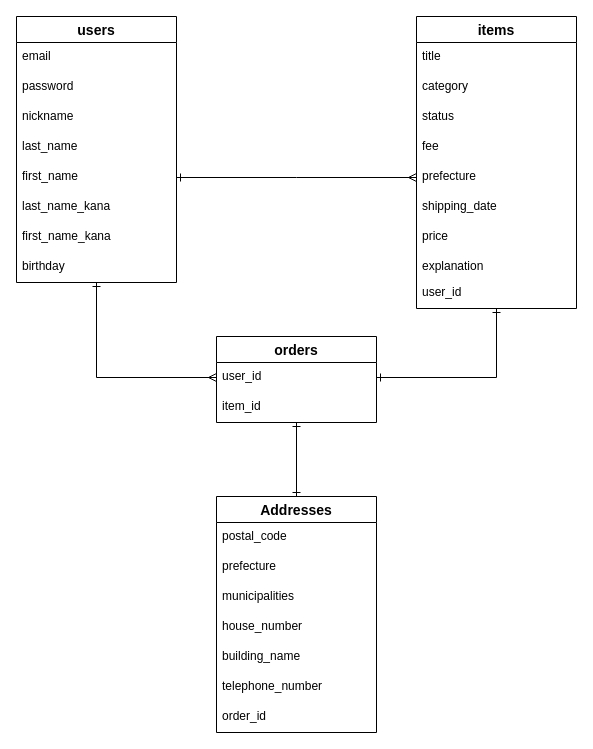
This is ER.dio from soetakara/furima-36189, a draw.io file, before an edit. Source tidied: cells renumbered, new cells numbered last; positions are measured from the earlier drawing's top-left corner, leaving out a move shared by most shapes. Both pictures are drawn from the tidied source at 100%, with x=0, y=0 at pixel (16, 16).
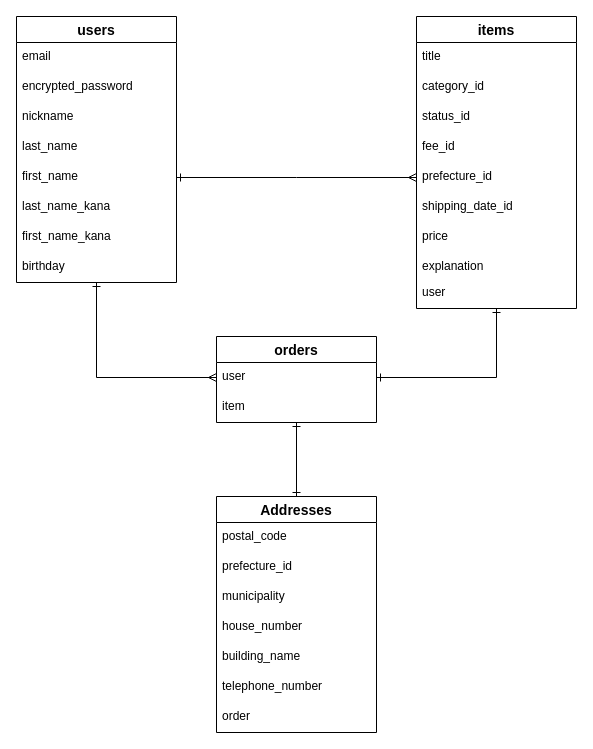
The same diagram, later.

Unchanged cells that the change refers to:
```xml
<mxCell id="3" value="users" style="swimlane;fontStyle=1;horizontal=1;startSize=26;align=center;fontSize=14;" parent="1" vertex="1">
  <mxGeometry width="160" height="266" as="geometry" />
</mxCell>
<mxCell id="13" value="items" style="swimlane;fontStyle=1;horizontal=1;startSize=26;align=center;fontSize=14;" parent="1" vertex="1">
  <mxGeometry x="400" width="160" height="292" as="geometry" />
</mxCell>
<mxCell id="24" value="orders" style="swimlane;fontStyle=1;horizontal=1;startSize=26;align=center;fontSize=14;" parent="1" vertex="1">
  <mxGeometry x="200" y="320" width="160" height="86" as="geometry" />
</mxCell>
<mxCell id="28" value="Addresses" style="swimlane;fontStyle=1;horizontal=1;startSize=26;align=center;fontSize=14;" parent="1" vertex="1">
  <mxGeometry x="200" y="480" width="160" height="236" as="geometry" />
</mxCell>
```

The edit, as a diff of the source:
```diff
@@
-    <mxCell id="5" value="password" style="text;strokeColor=none;fillColor=none;spacingLeft=4;spacingRight=4;overflow=hidden;fontSize=12;" parent="3" vertex="1">
+    <mxCell id="5" value="encrypted_password" style="text;strokeColor=none;fillColor=none;spacingLeft=4;spacingRight=4;overflow=hidden;fontSize=12;" parent="3" vertex="1">
       <mxGeometry y="56" width="160" height="30" as="geometry" />
     </mxCell>
@@
-    <mxCell id="15" value="category" style="text;strokeColor=none;fillColor=none;spacingLeft=4;spacingRight=4;overflow=hidden;fontSize=12;" parent="13" vertex="1">
+    <mxCell id="15" value="category_id" style="text;strokeColor=none;fillColor=none;spacingLeft=4;spacingRight=4;overflow=hidden;fontSize=12;" parent="13" vertex="1">
       <mxGeometry y="56" width="160" height="30" as="geometry" />
     </mxCell>
-    <mxCell id="16" value="status" style="text;strokeColor=none;fillColor=none;spacingLeft=4;spacingRight=4;overflow=hidden;fontSize=12;" parent="13" vertex="1">
+    <mxCell id="16" value="status_id" style="text;strokeColor=none;fillColor=none;spacingLeft=4;spacingRight=4;overflow=hidden;fontSize=12;" parent="13" vertex="1">
       <mxGeometry y="86" width="160" height="30" as="geometry" />
     </mxCell>
-    <mxCell id="17" value="fee" style="text;strokeColor=none;fillColor=none;spacingLeft=4;spacingRight=4;overflow=hidden;fontSize=12;" parent="13" vertex="1">
+    <mxCell id="17" value="fee_id" style="text;strokeColor=none;fillColor=none;spacingLeft=4;spacingRight=4;overflow=hidden;fontSize=12;" parent="13" vertex="1">
       <mxGeometry y="116" width="160" height="30" as="geometry" />
     </mxCell>
-    <mxCell id="18" value="prefecture" style="text;strokeColor=none;fillColor=none;spacingLeft=4;spacingRight=4;overflow=hidden;fontSize=12;" parent="13" vertex="1">
+    <mxCell id="18" value="prefecture_id" style="text;strokeColor=none;fillColor=none;spacingLeft=4;spacingRight=4;overflow=hidden;fontSize=12;" parent="13" vertex="1">
       <mxGeometry y="146" width="160" height="30" as="geometry" />
     </mxCell>
-    <mxCell id="19" value="shipping_date" style="text;strokeColor=none;fillColor=none;spacingLeft=4;spacingRight=4;overflow=hidden;fontSize=12;" parent="13" vertex="1">
+    <mxCell id="19" value="shipping_date_id" style="text;strokeColor=none;fillColor=none;spacingLeft=4;spacingRight=4;overflow=hidden;fontSize=12;" parent="13" vertex="1">
       <mxGeometry y="176" width="160" height="30" as="geometry" />
     </mxCell>
@@
-    <mxCell id="22" value="user_id" style="text;strokeColor=none;fillColor=none;spacingLeft=4;spacingRight=4;overflow=hidden;fontSize=12;" parent="13" vertex="1">
+    <mxCell id="22" value="user" style="text;strokeColor=none;fillColor=none;spacingLeft=4;spacingRight=4;overflow=hidden;fontSize=12;" parent="13" vertex="1">
       <mxGeometry y="262" width="160" height="30" as="geometry" />
     </mxCell>
@@
-    <mxCell id="25" value="user_id" style="text;strokeColor=none;fillColor=none;spacingLeft=4;spacingRight=4;overflow=hidden;points=[[0,0.5],[1,0.5]];portConstraint=eastwest;fontSize=12;" parent="24" vertex="1">
+    <mxCell id="25" value="user" style="text;strokeColor=none;fillColor=none;spacingLeft=4;spacingRight=4;overflow=hidden;points=[[0,0.5],[1,0.5]];portConstraint=eastwest;fontSize=12;" parent="24" vertex="1">
       <mxGeometry y="26" width="160" height="30" as="geometry" />
     </mxCell>
-    <mxCell id="26" value="item_id" style="text;strokeColor=none;fillColor=none;spacingLeft=4;spacingRight=4;overflow=hidden;fontSize=12;" parent="24" vertex="1">
+    <mxCell id="26" value="item" style="text;strokeColor=none;fillColor=none;spacingLeft=4;spacingRight=4;overflow=hidden;fontSize=12;" parent="24" vertex="1">
       <mxGeometry y="56" width="160" height="30" as="geometry" />
     </mxCell>
@@
-    <mxCell id="30" value="prefecture" style="text;strokeColor=none;fillColor=none;spacingLeft=4;spacingRight=4;overflow=hidden;fontSize=12;" parent="28" vertex="1">
+    <mxCell id="30" value="prefecture_id" style="text;strokeColor=none;fillColor=none;spacingLeft=4;spacingRight=4;overflow=hidden;fontSize=12;" parent="28" vertex="1">
       <mxGeometry y="56" width="160" height="30" as="geometry" />
     </mxCell>
-    <mxCell id="31" value="municipalities" style="text;strokeColor=none;fillColor=none;spacingLeft=4;spacingRight=4;overflow=hidden;fontSize=12;" parent="28" vertex="1">
+    <mxCell id="31" value="municipality" style="text;strokeColor=none;fillColor=none;spacingLeft=4;spacingRight=4;overflow=hidden;fontSize=12;" parent="28" vertex="1">
       <mxGeometry y="86" width="160" height="30" as="geometry" />
     </mxCell>
@@
-    <mxCell id="35" value="order_id" style="text;strokeColor=none;fillColor=none;spacingLeft=4;spacingRight=4;overflow=hidden;fontSize=12;" parent="28" vertex="1">
+    <mxCell id="35" value="order" style="text;strokeColor=none;fillColor=none;spacingLeft=4;spacingRight=4;overflow=hidden;fontSize=12;" parent="28" vertex="1">
       <mxGeometry y="206" width="160" height="30" as="geometry" />
     </mxCell>
```
